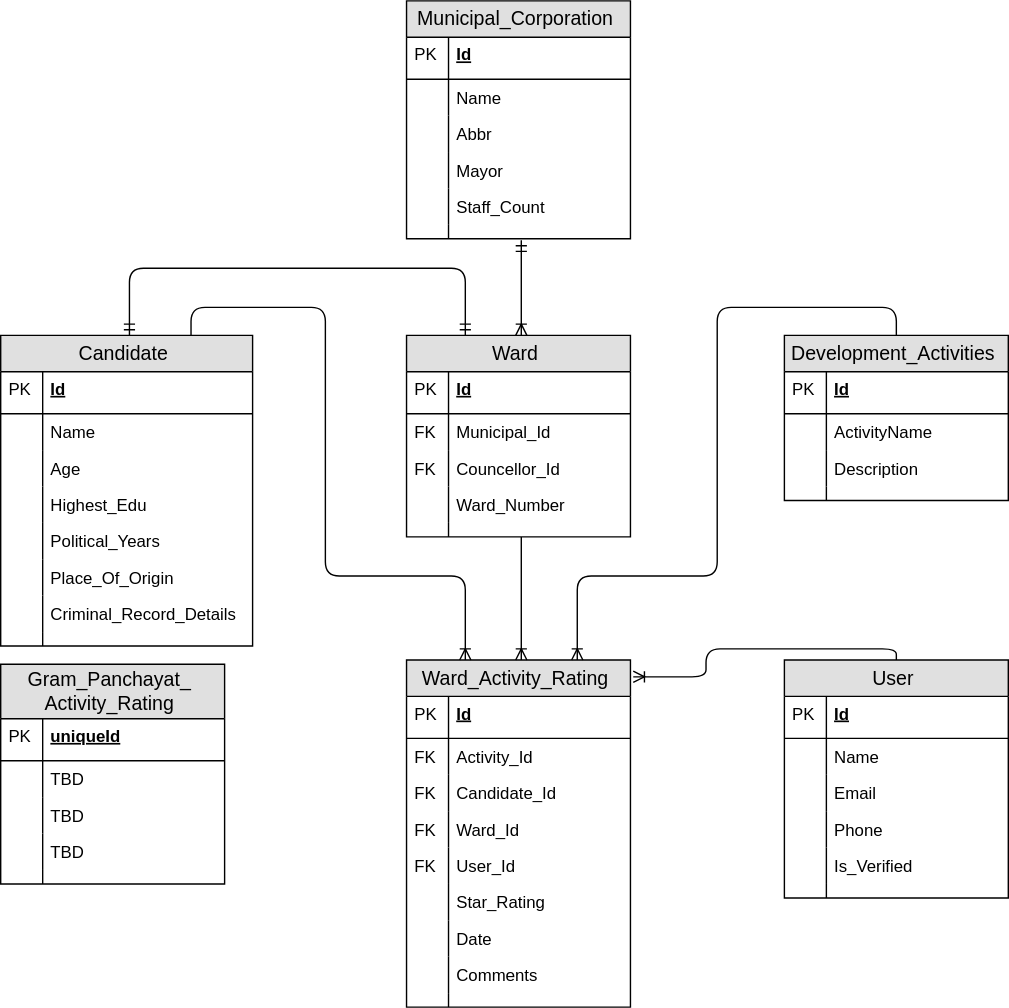
Before: Documents/Janta Adalat ER Diagram.svg, a diagram exported from draw.io (das-arnab/Governance-Rating-Backend). Source tidied: cells renumbered, new cells last; positions are measured from the earlier drawing's top-left corner, leaving out a move shared by most shapes.
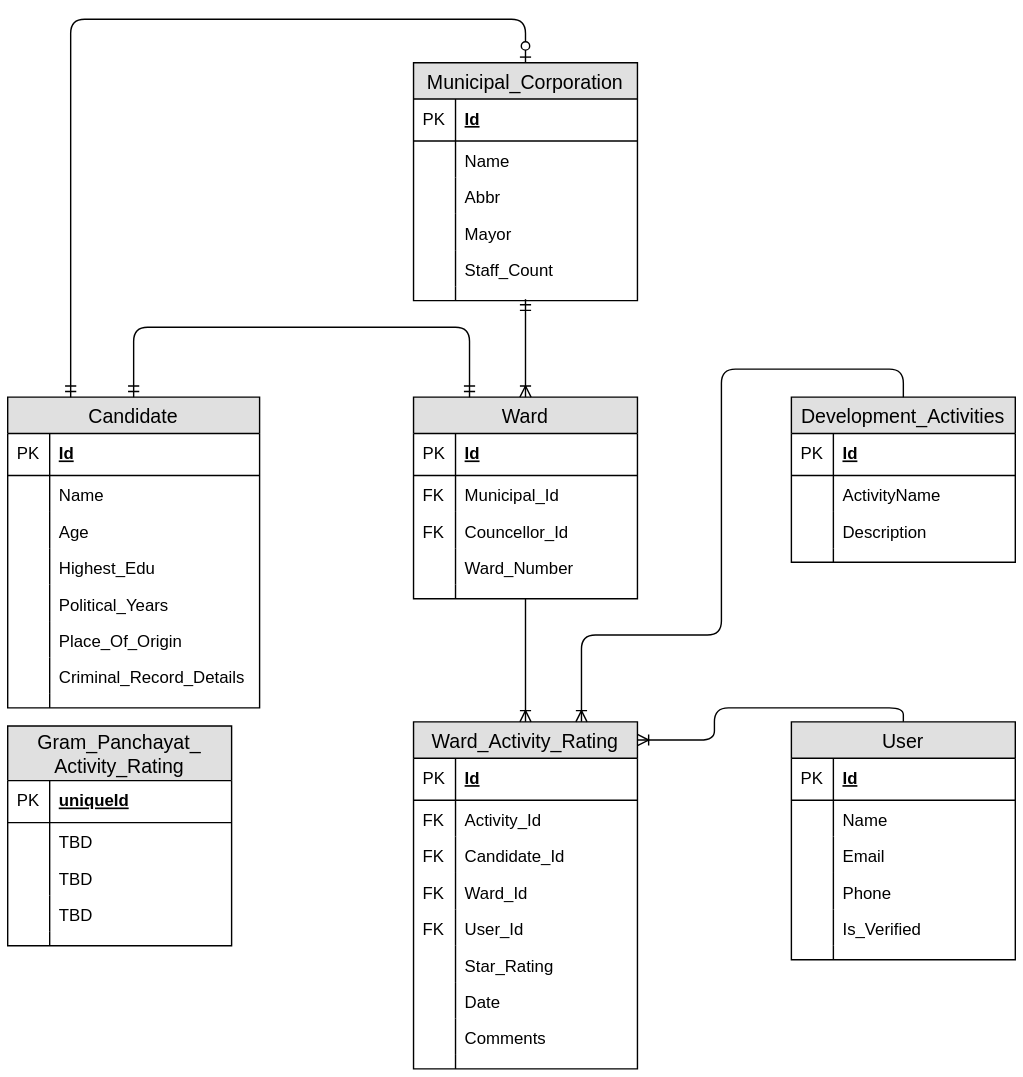
The same diagram one commit later.

Diff of the diagram source:
```diff
@@ -272,16 +272,6 @@
         </Array>
       </mxGeometry>
     </mxCell>
-    <mxCell id="88" style="edgeStyle=orthogonalEdgeStyle;fontSize=12;html=1;endArrow=ERoneToMany;entryX=0.25;entryY=0;entryDx=0;entryDy=0;exitX=0.75;exitY=0;exitDx=0;exitDy=0;" parent="1" edge="1" source="2" target="52">
-      <mxGeometry relative="1" as="geometry">
-        <Array as="points">
-          <mxPoint x="135" y="219" />
-          <mxPoint x="230" y="219" />
-          <mxPoint x="230" y="409" />
-          <mxPoint x="330" y="409" />
-        </Array>
-      </mxGeometry>
-    </mxCell>
     <mxCell id="89" style="edgeStyle=elbowEdgeStyle;fontSize=12;html=1;endArrow=ERoneToMany;entryX=0.5;entryY=0;entryDx=0;entryDy=0;" parent="1" edge="1" source="28" target="52">
       <mxGeometry relative="1" as="geometry" />
     </mxCell>
@@ -318,5 +308,13 @@
     <mxCell id="100" style="shape=partialRectangle;top=0;left=0;bottom=0;fillColor=none;align=left;verticalAlign=top;spacingLeft=4;spacingRight=4;overflow=hidden;fontSize=12;" parent="99" vertex="1">
       <mxGeometry width="30" height="10" as="geometry" />
     </mxCell>
+    <mxCell id="101" style="edgeStyle=orthogonalEdgeStyle;fontSize=12;html=1;endArrow=ERzeroToOne;startArrow=ERmandOne;exitX=0.25;exitY=0;exitDx=0;exitDy=0;entryX=0.5;entryY=0;entryDx=0;entryDy=0;" parent="1" edge="1" source="2" target="73">
+      <mxGeometry relative="1" as="geometry">
+        <Array as="points">
+          <mxPoint x="45" y="-31" />
+          <mxPoint x="370" y="-31" />
+        </Array>
+      </mxGeometry>
+    </mxCell>
   </root>
 </mxGraphModel>
```
